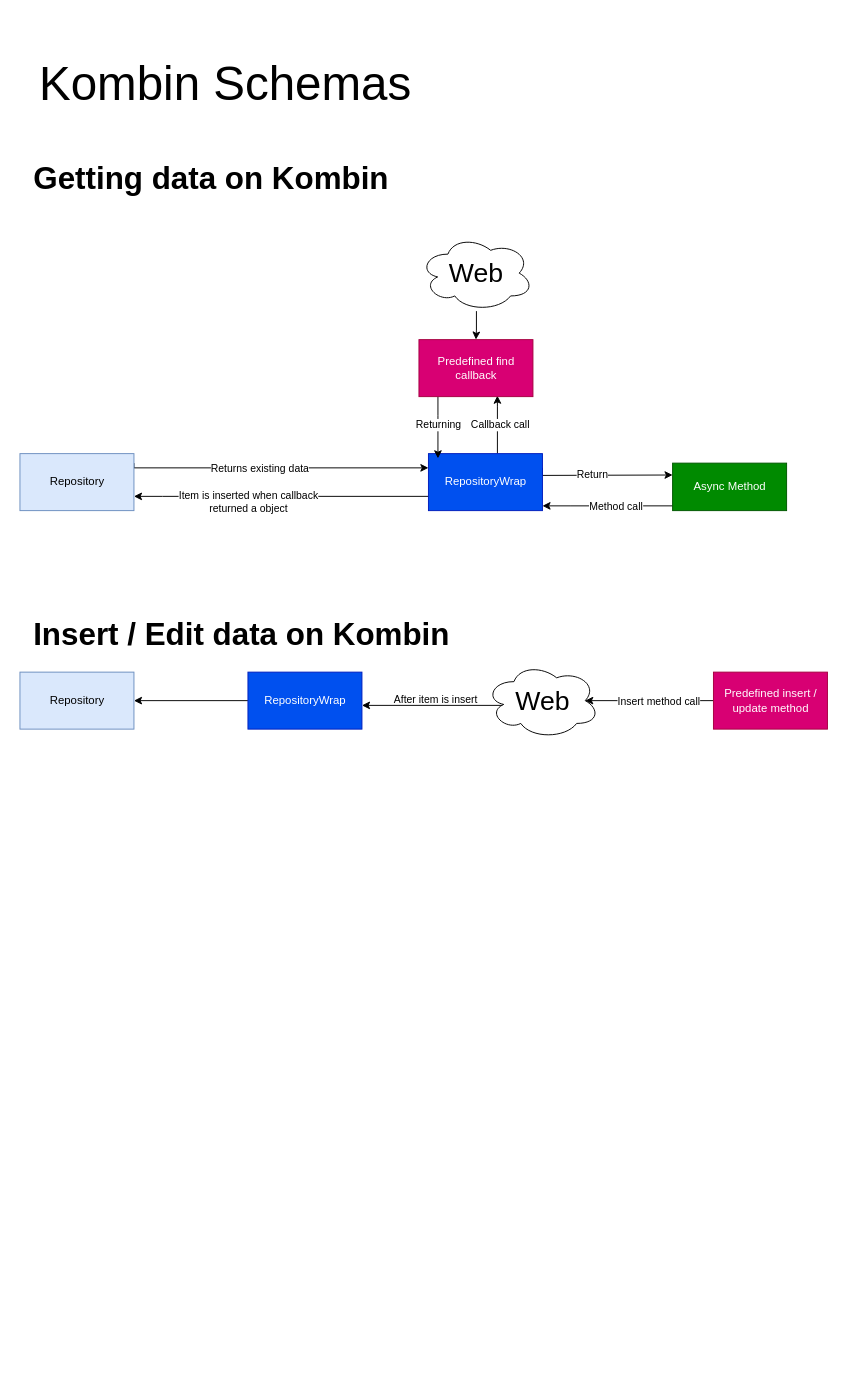
Morphosium/kombin-js keeps this draw.io diagram as media/schema.drawio. Above is the earlier version. Source tidied: cells renumbered, new cells numbered last; positions are measured from the earlier drawing's top-left corner, leaving out a move shared by most shapes. Both pictures are drawn from the tidied source at 95%, with x=0, y=0 at pixel (16, 45).
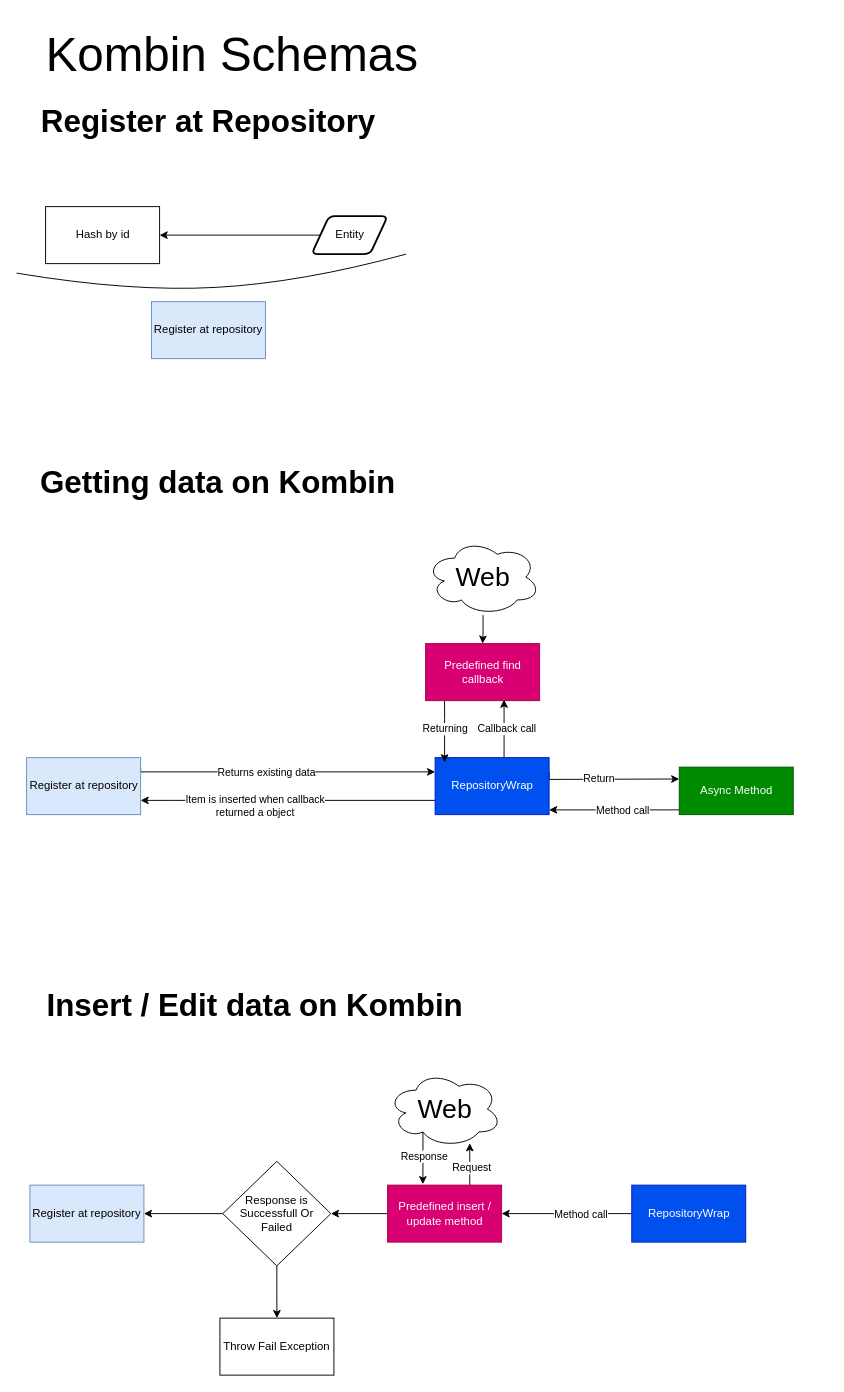
Above is the later version.

The edit, as a diff of the source:
```diff
@@
     <mxCell id="2" style="edgeStyle=orthogonalEdgeStyle;rounded=0;jettySize=auto;html=1;entryX=0;entryY=0.25;entryDx=0;entryDy=0;" parent="1" edge="1" target="11">
       <mxGeometry relative="1" as="geometry">
-        <mxPoint x="123.5" y="440" as="sourcePoint" />
+        <mxPoint x="130.5" y="760" as="sourcePoint" />
         <Array as="points">
-          <mxPoint x="123.5" y="445" />
+          <mxPoint x="130.5" y="765" />
         </Array>
       </mxGeometry>
     </mxCell>
@@
-    <mxCell id="4" value="Repository" style="rounded=0;whiteSpace=wrap;html=1;fillColor=#dae8fc;strokeColor=#6c8ebf;" parent="1" vertex="1">
-      <mxGeometry x="3.5" y="430" width="120" height="60" as="geometry" />
+    <mxCell id="4" value="Register at repository" style="rounded=0;whiteSpace=wrap;html=1;fillColor=#dae8fc;strokeColor=#6c8ebf;" parent="1" vertex="1">
+      <mxGeometry x="10.5" y="750" width="120" height="60" as="geometry" />
     </mxCell>
     <mxCell id="5" style="edgeStyle=orthogonalEdgeStyle;rounded=0;jettySize=auto;html=1;entryX=0.688;entryY=0.983;entryDx=0;entryDy=0;entryPerimeter=0;" parent="1" edge="1" source="11" target="14">
       <mxGeometry relative="1" as="geometry">
         <Array as="points">
-          <mxPoint x="506.5" y="380" />
+          <mxPoint x="513.5" y="700" />
         </Array>
       </mxGeometry>
     </mxCell>
@@
     <mxCell id="7" style="edgeStyle=orthogonalEdgeStyle;rounded=0;jettySize=auto;html=1;exitX=1;exitY=0.25;exitDx=0;exitDy=0;entryX=0;entryY=0.25;entryDx=0;entryDy=0;" parent="1" edge="1" source="11" target="17">
       <mxGeometry relative="1" as="geometry">
         <Array as="points">
-          <mxPoint x="533.5" y="453" />
-          <mxPoint x="612.5" y="453" />
+          <mxPoint x="540.5" y="773" />
+          <mxPoint x="619.5" y="773" />
         </Array>
       </mxGeometry>
     </mxCell>
@@
     <mxCell id="9" style="edgeStyle=orthogonalEdgeStyle;rounded=0;jettySize=auto;html=1;exitX=0;exitY=0.75;exitDx=0;exitDy=0;fontFamily=Poppins;" parent="1" edge="1" source="11" target="4">
       <mxGeometry relative="1" as="geometry">
         <Array as="points">
-          <mxPoint x="153.5" y="475" />
-          <mxPoint x="153.5" y="475" />
+          <mxPoint x="160.5" y="795" />
+          <mxPoint x="160.5" y="795" />
         </Array>
       </mxGeometry>
     </mxCell>
@@
     <mxCell id="11" value="RepositoryWrap" style="rounded=0;whiteSpace=wrap;html=1;fillColor=#0050ef;strokeColor=#001DBC;fontColor=#ffffff;" parent="1" vertex="1">
-      <mxGeometry x="433.5" y="430" width="120" height="60" as="geometry" />
+      <mxGeometry x="440.5" y="750" width="120" height="60" as="geometry" />
     </mxCell>
     <mxCell id="12" style="edgeStyle=orthogonalEdgeStyle;rounded=0;jettySize=auto;html=1;" parent="1" edge="1" source="14">
       <mxGeometry relative="1" as="geometry">
-        <mxPoint x="443.5" y="435" as="targetPoint" />
+        <mxPoint x="450.5" y="755" as="targetPoint" />
         <Array as="points">
-          <mxPoint x="443.5" y="390" />
-          <mxPoint x="443.5" y="390" />
+          <mxPoint x="450.5" y="710" />
+          <mxPoint x="450.5" y="710" />
         </Array>
       </mxGeometry>
     </mxCell>
@@
     <mxCell id="14" value="Predefined find callback" style="rounded=0;whiteSpace=wrap;html=1;fillColor=#d80073;strokeColor=#A50040;fontColor=#ffffff;" parent="1" vertex="1">
-      <mxGeometry x="423.5" y="310" width="120" height="60" as="geometry" />
+      <mxGeometry x="430.5" y="630" width="120" height="60" as="geometry" />
     </mxCell>
     <mxCell id="15" style="edgeStyle=orthogonalEdgeStyle;rounded=0;jettySize=auto;html=1;" parent="1" edge="1" source="17" target="11">
       <mxGeometry relative="1" as="geometry">
         <Array as="points">
-          <mxPoint x="583.5" y="485" />
-          <mxPoint x="583.5" y="485" />
+          <mxPoint x="590.5" y="805" />
+          <mxPoint x="590.5" y="805" />
         </Array>
       </mxGeometry>
     </mxCell>
@@
     <mxCell id="17" value="Async Method" style="rounded=0;whiteSpace=wrap;html=1;fillColor=#008a00;strokeColor=#005700;fontColor=#ffffff;" parent="1" vertex="1">
-      <mxGeometry x="690.5" y="440" width="120" height="50" as="geometry" />
+      <mxGeometry x="697.5" y="760" width="120" height="50" as="geometry" />
     </mxCell>
     <mxCell id="18" value="&lt;font style=&quot;font-size: 33px&quot;&gt;&lt;b&gt;Getting data on Kombin&lt;/b&gt;&lt;/font&gt;" style="text;html=1;strokeColor=none;fillColor=none;align=center;verticalAlign=middle;whiteSpace=wrap;rounded=0;fontFamily=Poppins;" parent="1" vertex="1">
-      <mxGeometry y="120" width="410" height="40" as="geometry" />
+      <mxGeometry x="7" y="440" width="410" height="40" as="geometry" />
     </mxCell>
     <mxCell id="19" value="&lt;font style=&quot;font-size: 50px&quot;&gt;Kombin Schemas&lt;/font&gt;" style="text;html=1;strokeColor=none;fillColor=none;align=center;verticalAlign=middle;whiteSpace=wrap;rounded=0;fontFamily=Poppins;" parent="1" vertex="1">
-      <mxGeometry width="440" height="80" as="geometry" />
+      <mxGeometry x="7" y="-30" width="440" height="80" as="geometry" />
     </mxCell>
-    <mxCell id="20" value="Repository" style="rounded=0;whiteSpace=wrap;html=1;fillColor=#dae8fc;strokeColor=#6c8ebf;" parent="1" vertex="1">
-      <mxGeometry x="3.5" y="660" width="120" height="60" as="geometry" />
+    <mxCell id="20" value="Register at repository" style="rounded=0;whiteSpace=wrap;html=1;fillColor=#dae8fc;strokeColor=#6c8ebf;" parent="1" vertex="1">
+      <mxGeometry x="14" y="1200" width="120" height="60" as="geometry" />
     </mxCell>
     <mxCell id="21" value="&lt;font style=&quot;font-size: 33px&quot;&gt;&lt;b&gt;Insert / Edit data on Kombin&lt;/b&gt;&lt;/font&gt;" style="text;html=1;strokeColor=none;fillColor=none;align=center;verticalAlign=middle;whiteSpace=wrap;rounded=0;fontFamily=Poppins;" parent="1" vertex="1">
-      <mxGeometry y="600" width="473.5" height="40" as="geometry" />
+      <mxGeometry x="14" y="990" width="473.5" height="40" as="geometry" />
     </mxCell>
-    <mxCell id="22" style="edgeStyle=orthogonalEdgeStyle;rounded=0;jettySize=auto;html=1;entryX=1;entryY=0.5;entryDx=0;entryDy=0;fontFamily=Poppins;fontSize=28;" parent="1" edge="1" source="23" target="20">
-      <mxGeometry relative="1" as="geometry" />
-    </mxCell>
+    <mxCell id="32" style="edgeStyle=orthogonalEdgeStyle;rounded=0;jettySize=auto;html=1;entryX=1;entryY=0.5;entryDx=0;entryDy=0;" parent="1" edge="1" source="23" target="26">
+      <mxGeometry relative="1" as="geometry" />
+    </mxCell>
+    <mxCell id="33" value="Method call" style="edgeLabel;html=1;align=center;verticalAlign=middle;" parent="32" vertex="1">
+      <mxGeometry x="-0.21" relative="1" as="geometry" />
+    </mxCell>
     <mxCell id="23" value="RepositoryWrap" style="rounded=0;whiteSpace=wrap;html=1;fillColor=#0050ef;strokeColor=#001DBC;fontColor=#ffffff;" parent="1" vertex="1">
-      <mxGeometry x="243.5" y="660" width="120" height="60" as="geometry" />
+      <mxGeometry x="647.5" y="1200" width="120" height="60" as="geometry" />
     </mxCell>
-    <mxCell id="24" style="edgeStyle=orthogonalEdgeStyle;rounded=0;jettySize=auto;html=1;fontFamily=Helvetica;entryX=0.875;entryY=0.5;entryDx=0;entryDy=0;entryPerimeter=0;" parent="1" edge="1" source="26" target="31">
-      <mxGeometry relative="1" as="geometry" />
+    <mxCell id="24" style="edgeStyle=orthogonalEdgeStyle;rounded=0;jettySize=auto;html=1;" parent="1" edge="1" source="26" target="31">
+      <mxGeometry relative="1" as="geometry">
+        <Array as="points">
+          <mxPoint x="477" y="1190" />
+          <mxPoint x="477" y="1190" />
+        </Array>
+      </mxGeometry>
     </mxCell>
-    <mxCell id="25" value="Insert method call" style="edgeLabel;html=1;align=center;verticalAlign=middle;fontFamily=Helvetica;" parent="24" vertex="1">
-      <mxGeometry x="-0.28" y="3" relative="1" as="geometry">
-        <mxPoint x="-9.2" y="-3" as="offset" />
-      </mxGeometry>
-    </mxCell>
+    <mxCell id="34" value="Request" style="edgeLabel;html=1;align=center;verticalAlign=middle;" parent="24" vertex="1">
+      <mxGeometry x="-0.15" y="-1" relative="1" as="geometry" />
+    </mxCell>
+    <mxCell id="35" style="edgeStyle=orthogonalEdgeStyle;rounded=0;jettySize=auto;html=1;entryX=1;entryY=0.5;entryDx=0;entryDy=0;" parent="1" edge="1" source="26" target="40">
+      <mxGeometry relative="1" as="geometry" />
+    </mxCell>
     <mxCell id="26" value="Predefined insert / update method" style="rounded=0;whiteSpace=wrap;html=1;fillColor=#d80073;strokeColor=#A50040;fontColor=#ffffff;" parent="1" vertex="1">
-      <mxGeometry x="733.5" y="660" width="120" height="60" as="geometry" />
+      <mxGeometry x="390.5" y="1200" width="120" height="60" as="geometry" />
     </mxCell>
@@
     <mxCell id="28" value="Web" style="ellipse;shape=cloud;whiteSpace=wrap;html=1;fontFamily=Poppins;fontSize=28;" parent="1" vertex="1">
-      <mxGeometry x="424" y="200" width="120" height="80" as="geometry" />
+      <mxGeometry x="431" y="520" width="120" height="80" as="geometry" />
     </mxCell>
-    <mxCell id="29" value="After item is insert" style="edgeLabel;html=1;align=center;verticalAlign=middle;fontFamily=Helvetica;" parent="1" vertex="1">
-      <mxGeometry x="440" y="688" as="geometry" />
-    </mxCell>
-    <mxCell id="30" style="edgeStyle=orthogonalEdgeStyle;rounded=0;jettySize=auto;html=1;exitX=0.16;exitY=0.55;exitDx=0;exitDy=0;exitPerimeter=0;fontFamily=Poppins;fontSize=28;" parent="1" edge="1" source="31" target="23">
-      <mxGeometry relative="1" as="geometry">
-        <Array as="points">
-          <mxPoint x="512.5" y="695" />
-        </Array>
-      </mxGeometry>
-    </mxCell>
+    <mxCell id="36" style="edgeStyle=orthogonalEdgeStyle;rounded=0;jettySize=auto;html=1;exitX=0.31;exitY=0.8;exitDx=0;exitDy=0;exitPerimeter=0;entryX=0.309;entryY=-0.016;entryDx=0;entryDy=0;entryPerimeter=0;" parent="1" edge="1" source="31" target="26">
+      <mxGeometry relative="1" as="geometry" />
+    </mxCell>
+    <mxCell id="37" value="Response" style="edgeLabel;html=1;align=center;verticalAlign=middle;" parent="36" vertex="1">
+      <mxGeometry x="-0.27" y="1" relative="1" as="geometry">
+        <mxPoint y="5" as="offset" />
+      </mxGeometry>
+    </mxCell>
     <mxCell id="31" value="Web" style="ellipse;shape=cloud;whiteSpace=wrap;html=1;fontFamily=Poppins;fontSize=28;" parent="1" vertex="1">
-      <mxGeometry x="493.5" y="650" width="120" height="80" as="geometry" />
+      <mxGeometry x="390.5" y="1080" width="120" height="80" as="geometry" />
     </mxCell>
+    <mxCell id="38" style="edgeStyle=orthogonalEdgeStyle;rounded=0;jettySize=auto;html=1;entryX=0.5;entryY=0;entryDx=0;entryDy=0;" parent="1" edge="1" source="40" target="41">
+      <mxGeometry relative="1" as="geometry" />
+    </mxCell>
+    <mxCell id="39" style="edgeStyle=orthogonalEdgeStyle;rounded=0;jettySize=auto;html=1;entryX=1;entryY=0.5;entryDx=0;entryDy=0;" parent="1" edge="1" source="40" target="20">
+      <mxGeometry relative="1" as="geometry" />
+    </mxCell>
+    <mxCell id="40" value="Response is&lt;br&gt;Successfull Or Failed" style="rhombus;whiteSpace=wrap;html=1;" parent="1" vertex="1">
+      <mxGeometry x="217" y="1175" width="113.8" height="110" as="geometry" />
+    </mxCell>
+    <mxCell id="41" value="Throw Fail Exception" style="rounded=0;whiteSpace=wrap;html=1;" parent="1" vertex="1">
+      <mxGeometry x="214" y="1340" width="120" height="60" as="geometry" />
+    </mxCell>
+    <mxCell id="42" value="&lt;font style=&quot;font-size: 33px&quot;&gt;&lt;b&gt;Register at Repository&lt;/b&gt;&lt;/font&gt;" style="text;html=1;strokeColor=none;fillColor=none;align=center;verticalAlign=middle;whiteSpace=wrap;rounded=0;fontFamily=Poppins;" parent="1" vertex="1">
+      <mxGeometry x="14" y="60" width="376" height="40" as="geometry" />
+    </mxCell>
+    <mxCell id="43" value="Hash by id" style="rounded=0;whiteSpace=wrap;html=1;" parent="1" vertex="1">
+      <mxGeometry x="30.5" y="170" width="120" height="60" as="geometry" />
+    </mxCell>
+    <mxCell id="44" style="edgeStyle=orthogonalEdgeStyle;rounded=0;jettySize=auto;html=1;" parent="1" edge="1" source="45" target="43">
+      <mxGeometry relative="1" as="geometry" />
+    </mxCell>
+    <mxCell id="45" value="Entity" style="shape=parallelogram;html=1;strokeWidth=2;perimeter=parallelogramPerimeter;whiteSpace=wrap;rounded=1;arcSize=12;size=0.23;" parent="1" vertex="1">
+      <mxGeometry x="310.5" y="180" width="80" height="40" as="geometry" />
+    </mxCell>
+    <mxCell id="46" value="Register at repository" style="rounded=0;whiteSpace=wrap;html=1;fillColor=#dae8fc;strokeColor=#6c8ebf;" parent="1" vertex="1">
+      <mxGeometry x="142" y="270" width="120" height="60" as="geometry" />
+    </mxCell>
+    <mxCell id="47" style="curved=1;endArrow=none;html=1;endFill=0;" parent="1" edge="1">
+      <mxGeometry relative="1" as="geometry">
+        <mxPoint y="240" as="sourcePoint" />
+        <mxPoint x="410" y="220" as="targetPoint" />
+        <Array as="points">
+          <mxPoint x="120" y="260" />
+          <mxPoint x="300" y="250" />
+        </Array>
+      </mxGeometry>
+    </mxCell>
```
